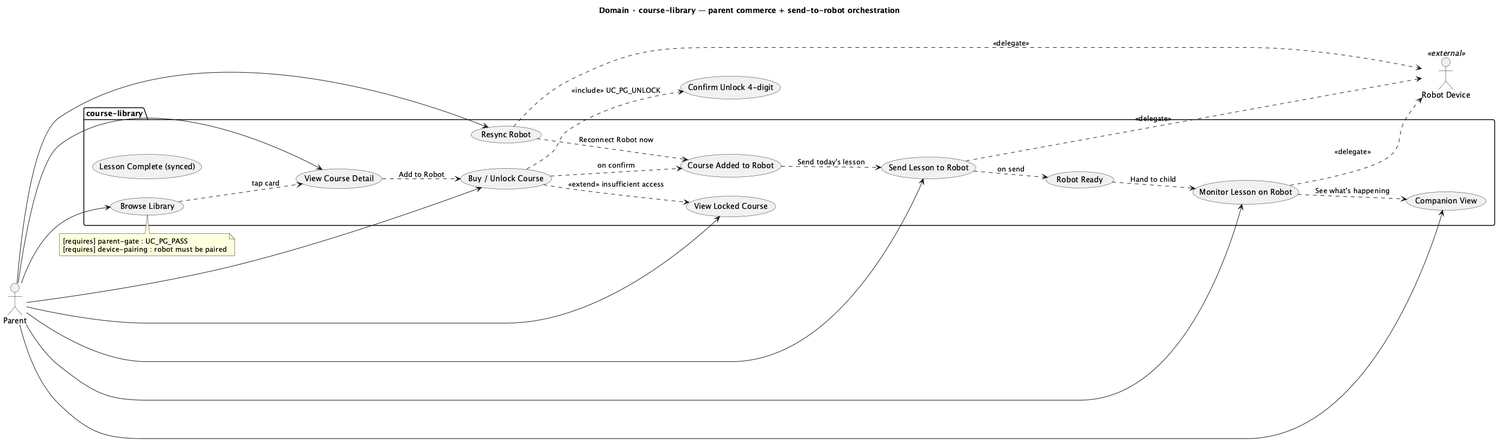
This is migrate-ui-ux-to-mobile-app-docs/architecture/usecases/TBOT-CourseLibrary.png from JSR-Algo/TJBOT-Mobile, a PlantUML export, as it was before one commit. Its diagram source:
```plantuml
@startuml TBOT-CourseLibrary
title Domain · course-library — parent commerce + send-to-robot orchestration
left to right direction

actor Parent
actor "Robot Device" as Robot <<external>>

package "course-library" {
  usecase "Browse Library"           as UC_CL_BROWSE
  usecase "View Course Detail"       as UC_CL_DETAIL
  usecase "Buy / Unlock Course"      as UC_CL_BUY
  usecase "Course Added to Robot"    as UC_CL_ADDED
  usecase "Send Lesson to Robot"     as UC_CL_SEND
  usecase "Robot Ready"              as UC_CL_READY
  usecase "Monitor Lesson on Robot"  as UC_CL_MONITOR
  usecase "Companion View"           as UC_CL_COMPANION
  usecase "Lesson Complete (synced)" as UC_CL_COMPLETE
  usecase "Resync Robot"             as UC_CL_RESYNC
  usecase "View Locked Course"       as UC_CL_LOCKED
}

Parent --> UC_CL_BROWSE
Parent --> UC_CL_DETAIL
Parent --> UC_CL_BUY
Parent --> UC_CL_SEND
Parent --> UC_CL_MONITOR
Parent --> UC_CL_COMPANION
Parent --> UC_CL_RESYNC
Parent --> UC_CL_LOCKED

UC_CL_BROWSE ..> UC_CL_DETAIL : tap card
UC_CL_DETAIL ..> UC_CL_BUY    : "Add to Robot"
UC_CL_BUY    ..> UC_CL_ADDED  : on confirm
UC_CL_ADDED  ..> UC_CL_SEND   : "Send today's lesson"
UC_CL_SEND   ..> UC_CL_READY  : on send
UC_CL_READY  ..> UC_CL_MONITOR : "Hand to child"
UC_CL_MONITOR ..> UC_CL_COMPANION : "See what's happening"
UC_CL_RESYNC ..> UC_CL_ADDED : "Reconnect Robot now"

UC_CL_BUY     ..> UC_CL_LOCKED : <<extend>> insufficient access
UC_CL_BUY     ..> (Confirm Unlock 4-digit) : <<include>> UC_PG_UNLOCK
UC_CL_SEND    ..> Robot : <<delegate>>
UC_CL_MONITOR ..> Robot : <<delegate>>
UC_CL_RESYNC  ..> Robot : <<delegate>>

note top of UC_CL_BROWSE
  [requires] parent-gate : UC_PG_PASS
  [requires] device-pairing : robot must be paired
end note

@enduml
```
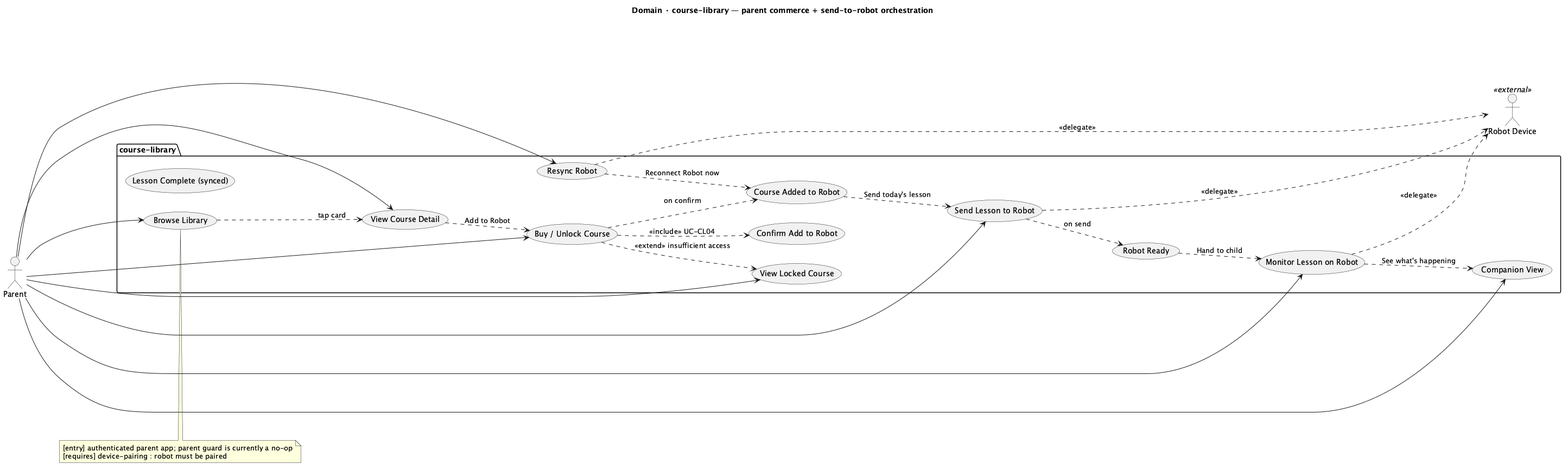
Later version of the same file.

The edit, as a diff of the source:
```diff
@@ -9,6 +9,7 @@
   usecase "Browse Library"           as UC_CL_BROWSE
   usecase "View Course Detail"       as UC_CL_DETAIL
   usecase "Buy / Unlock Course"      as UC_CL_BUY
+  usecase "Confirm Add to Robot"     as UC_CL_CONFIRM_ADD
   usecase "Course Added to Robot"    as UC_CL_ADDED
   usecase "Send Lesson to Robot"     as UC_CL_SEND
   usecase "Robot Ready"              as UC_CL_READY
@@ -38,13 +39,13 @@
 UC_CL_RESYNC ..> UC_CL_ADDED : "Reconnect Robot now"
 
 UC_CL_BUY     ..> UC_CL_LOCKED : <<extend>> insufficient access
-UC_CL_BUY     ..> (Confirm Unlock 4-digit) : <<include>> UC_PG_UNLOCK
+UC_CL_BUY     ..> UC_CL_CONFIRM_ADD : <<include>> UC-CL04
 UC_CL_SEND    ..> Robot : <<delegate>>
 UC_CL_MONITOR ..> Robot : <<delegate>>
 UC_CL_RESYNC  ..> Robot : <<delegate>>
 
 note top of UC_CL_BROWSE
-  [requires] parent-gate : UC_PG_PASS
+  [entry] authenticated parent app; parent guard is currently a no-op
   [requires] device-pairing : robot must be paired
 end note
 
```
